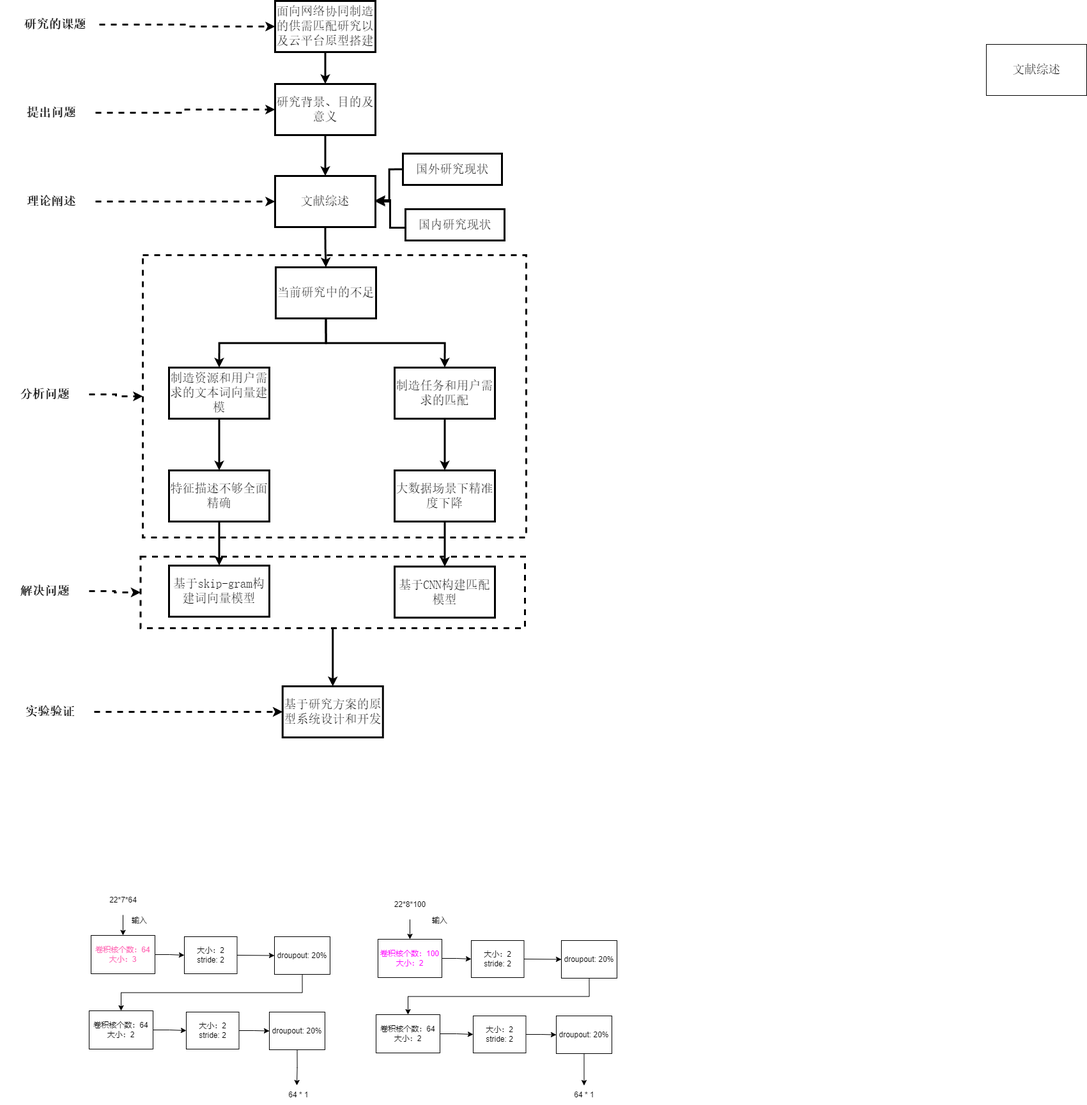
The draw.io diagram 实验室/供需匹配/技术路线.drawio.png in SixPlusAndTimes/drawio, before a commit. Source tidied: cells renumbered, new cells last; positions are measured from the earlier drawing's top-left corner, leaving out a move shared by most shapes.
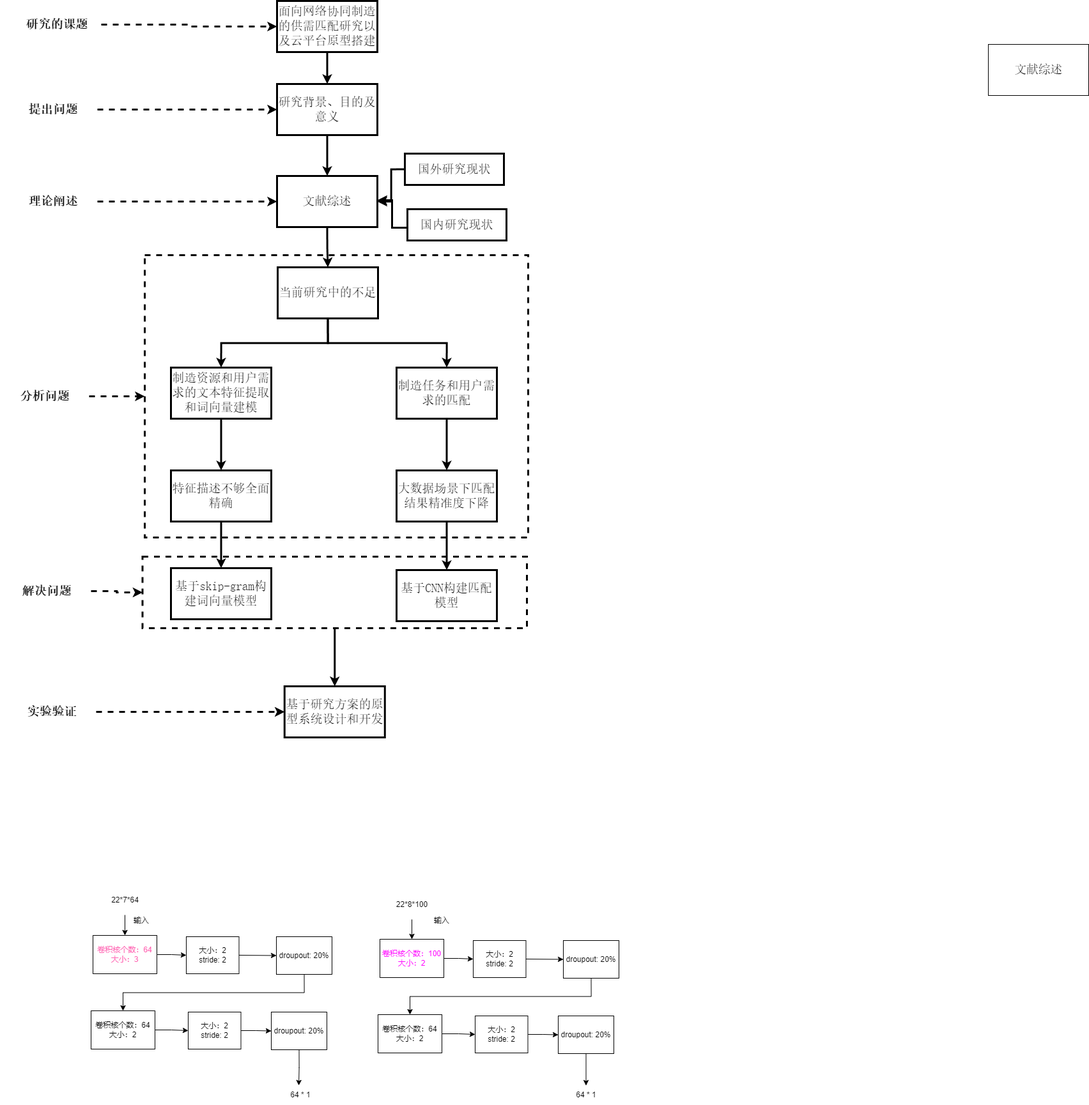
The same file after the commit.

Commit message:
更新技术路线.drawio.png

The edit, as a diff of the source:
```diff
@@ -61,7 +61,7 @@
     <mxCell id="19" style="edgeStyle=orthogonalEdgeStyle;rounded=0;jettySize=auto;html=1;exitX=0.5;exitY=1;exitDx=0;exitDy=0;entryX=0.5;entryY=0;entryDx=0;entryDy=0;strokeWidth=3;fontSize=19;" parent="1" edge="1" source="20" target="24">
       <mxGeometry relative="1" as="geometry" />
     </mxCell>
-    <mxCell id="20" value="&lt;span style=&quot;font-size: 19px;&quot;&gt;&lt;font face=&quot;宋体&quot; style=&quot;font-size: 19px;&quot;&gt;制造资源和用户需求的文本词向量建模&lt;/font&gt;&lt;/span&gt;" style="rounded=0;whiteSpace=wrap;html=1;strokeWidth=3;fontSize=19;" parent="1" vertex="1">
+    <mxCell id="20" value="&lt;span style=&quot;font-size: 19px;&quot;&gt;&lt;font face=&quot;宋体&quot; style=&quot;font-size: 19px;&quot;&gt;制造资源和用户需求的文本特征提取和词向量建模&lt;/font&gt;&lt;/span&gt;" style="rounded=0;whiteSpace=wrap;html=1;strokeWidth=3;fontSize=19;" parent="1" vertex="1">
       <mxGeometry x="263" y="574" width="157" height="80" as="geometry" />
     </mxCell>
     <mxCell id="21" style="edgeStyle=orthogonalEdgeStyle;rounded=0;jettySize=auto;html=1;exitX=0.5;exitY=1;exitDx=0;exitDy=0;entryX=0.5;entryY=0;entryDx=0;entryDy=0;strokeWidth=3;fontSize=19;" parent="1" edge="1" source="22" target="26">
@@ -79,14 +79,14 @@
     <mxCell id="25" style="edgeStyle=orthogonalEdgeStyle;rounded=0;jettySize=auto;html=1;exitX=0.5;exitY=1;exitDx=0;exitDy=0;strokeWidth=3;fontSize=19;" parent="1" edge="1" source="26" target="28">
       <mxGeometry relative="1" as="geometry" />
     </mxCell>
-    <mxCell id="26" value="&lt;font face=&quot;宋体&quot; style=&quot;font-size: 19px;&quot;&gt;&lt;span style=&quot;font-size: 19px;&quot;&gt;大数据场景下精准度下降&lt;/span&gt;&lt;/font&gt;" style="rounded=0;whiteSpace=wrap;html=1;strokeWidth=3;fontSize=19;" parent="1" vertex="1">
+    <mxCell id="26" value="&lt;font face=&quot;宋体&quot; style=&quot;font-size: 19px;&quot;&gt;&lt;span style=&quot;font-size: 19px;&quot;&gt;大数据场景下匹配结果精准度下降&lt;/span&gt;&lt;/font&gt;" style="rounded=0;whiteSpace=wrap;html=1;strokeWidth=3;fontSize=19;" parent="1" vertex="1">
       <mxGeometry x="616" y="735" width="157" height="80" as="geometry" />
     </mxCell>
     <mxCell id="27" value="&lt;font face=&quot;宋体&quot; style=&quot;font-size: 19px;&quot;&gt;&lt;span style=&quot;font-size: 19px;&quot;&gt;基于skip-gram构建词向量模型&lt;br style=&quot;font-size: 19px;&quot;&gt;&lt;/span&gt;&lt;/font&gt;" style="rounded=0;whiteSpace=wrap;html=1;strokeWidth=3;fontSize=19;" parent="1" vertex="1">
-      <mxGeometry x="263" y="884" width="157" height="80" as="geometry" />
+      <mxGeometry x="263" y="888" width="157" height="80" as="geometry" />
     </mxCell>
     <mxCell id="28" value="&lt;font face=&quot;宋体&quot; style=&quot;font-size: 19px;&quot;&gt;&lt;span style=&quot;font-size: 19px;&quot;&gt;基于CNN构建匹配模型&lt;br style=&quot;font-size: 19px;&quot;&gt;&lt;/span&gt;&lt;/font&gt;" style="rounded=0;whiteSpace=wrap;html=1;strokeWidth=3;fontSize=19;" parent="1" vertex="1">
-      <mxGeometry x="616" y="885.5" width="157" height="80" as="geometry" />
+      <mxGeometry x="616" y="891" width="157" height="80" as="geometry" />
     </mxCell>
     <mxCell id="29" value="&lt;font face=&quot;宋体&quot; style=&quot;font-size: 19px;&quot;&gt;&lt;span style=&quot;font-size: 19px;&quot;&gt;基于研究方案的原型系统设计和开发&lt;br style=&quot;font-size: 19px;&quot;&gt;&lt;/span&gt;&lt;/font&gt;" style="rounded=0;whiteSpace=wrap;html=1;strokeWidth=3;fontSize=19;" parent="1" vertex="1">
       <mxGeometry x="440.8" y="1073" width="157" height="80" as="geometry" />
@@ -101,7 +101,7 @@
       <mxGeometry relative="1" as="geometry" />
     </mxCell>
     <mxCell id="33" value="&lt;span style=&quot;font-family: 宋体; font-size: 19px;&quot;&gt;&lt;b&gt;提出问题&lt;/b&gt;&lt;/span&gt;" style="text;html=1;strokeColor=none;fillColor=none;align=center;verticalAlign=middle;whiteSpace=wrap;rounded=0;dashed=1;strokeWidth=3;fontSize=19;" parent="1" vertex="1">
-      <mxGeometry x="10" y="144" width="138" height="62" as="geometry" />
+      <mxGeometry x="10" y="139" width="138" height="62" as="geometry" />
     </mxCell>
     <mxCell id="34" style="edgeStyle=orthogonalEdgeStyle;rounded=0;jettySize=auto;html=1;exitX=1;exitY=0.5;exitDx=0;exitDy=0;dashed=1;strokeWidth=3;fontSize=19;" parent="1" edge="1" source="35" target="10">
       <mxGeometry relative="1" as="geometry" />
@@ -113,7 +113,7 @@
       <mxGeometry relative="1" as="geometry" />
     </mxCell>
     <mxCell id="37" value="&lt;span style=&quot;font-family: 宋体; font-size: 19px;&quot;&gt;&lt;b&gt;分析问题&lt;/b&gt;&lt;/span&gt;" style="text;html=1;strokeColor=none;fillColor=none;align=center;verticalAlign=middle;whiteSpace=wrap;rounded=0;dashed=1;strokeWidth=3;fontSize=19;" parent="1" vertex="1">
-      <mxGeometry y="585" width="138" height="62" as="geometry" />
+      <mxGeometry x="-3" y="588" width="138" height="62" as="geometry" />
     </mxCell>
     <mxCell id="38" style="edgeStyle=orthogonalEdgeStyle;rounded=0;jettySize=auto;html=1;exitX=1;exitY=0.5;exitDx=0;exitDy=0;dashed=1;strokeWidth=3;fontSize=19;" parent="1" edge="1" source="39" target="3">
       <mxGeometry relative="1" as="geometry" />
```
